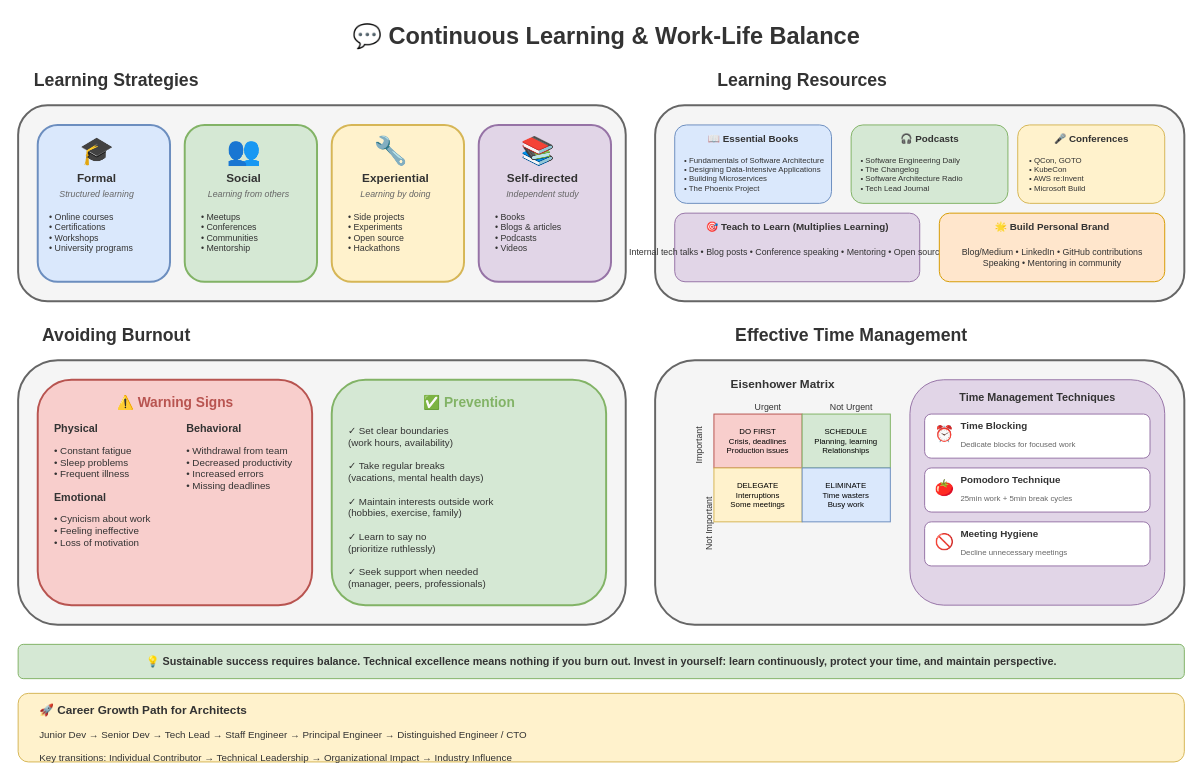
Above: lesson-10-soft-skills/diagrams/6.1-career-growth.drawio in MrParkerZ7/document-lesson-software-architect-x-claude (draw.io), before the change. Source tidied: cells renumbered, new cells numbered last; positions are measured from the earlier drawing's top-left corner, leaving out a move shared by most shapes. Both pictures are drawn from the tidied source at 98%, with x=0, y=0 at pixel (18, 17).
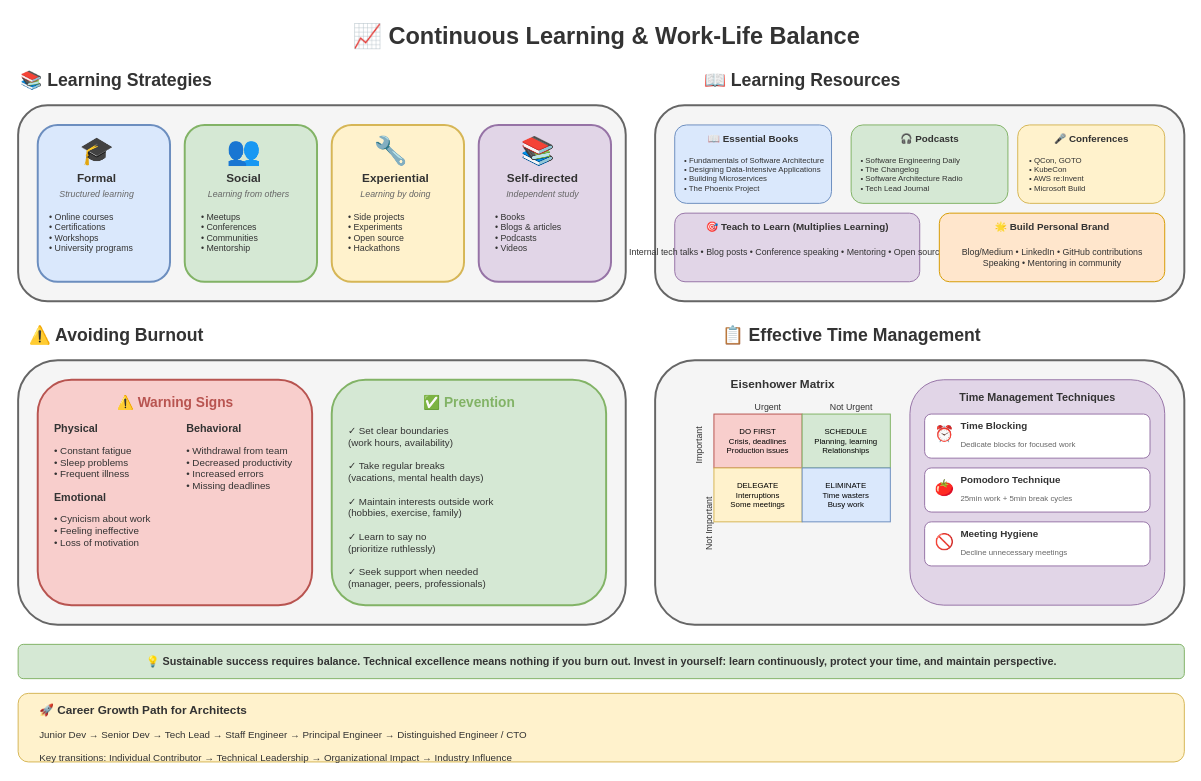
After the change.

What changed in the source:
```diff
@@
-    <mxCell id="2" value="💬 Continuous Learning &amp; Work-Life Balance" style="text;html=1;strokeColor=none;fillColor=none;align=center;verticalAlign=middle;fontSize=24;fontStyle=1;fontColor=#333333;" parent="1" vertex="1">
+    <mxCell id="2" value="📈 Continuous Learning &amp; Work-Life Balance" style="text;html=1;strokeColor=none;fillColor=none;align=center;verticalAlign=middle;fontSize=24;fontStyle=1;fontColor=#333333;" parent="1" vertex="1">
       <mxGeometry x="250" width="700" height="40" as="geometry" />
     </mxCell>
-    <mxCell id="3" value="Learning Strategies" style="text;html=1;strokeColor=none;fillColor=none;align=center;verticalAlign=middle;fontSize=18;fontStyle=1;fontColor=#333333;" parent="1" vertex="1">
+    <mxCell id="3" value="📚 Learning Strategies" style="text;html=1;strokeColor=none;fillColor=none;align=center;verticalAlign=middle;fontSize=18;fontStyle=1;fontColor=#333333;" parent="1" vertex="1">
       <mxGeometry y="50" width="200" height="30" as="geometry" />
     </mxCell>
@@
-    <mxCell id="25" value="Learning Resources" style="text;html=1;strokeColor=none;fillColor=none;align=center;verticalAlign=middle;fontSize=18;fontStyle=1;fontColor=#333333;" parent="1" vertex="1">
+    <mxCell id="25" value="📖 Learning Resources" style="text;html=1;strokeColor=none;fillColor=none;align=center;verticalAlign=middle;fontSize=18;fontStyle=1;fontColor=#333333;" parent="1" vertex="1">
       <mxGeometry x="700" y="50" width="200" height="30" as="geometry" />
     </mxCell>
@@
-    <mxCell id="42" value="Avoiding Burnout" style="text;html=1;strokeColor=none;fillColor=none;align=center;verticalAlign=middle;fontSize=18;fontStyle=1;fontColor=#333333;" parent="1" vertex="1">
+    <mxCell id="42" value="⚠️ Avoiding Burnout" style="text;html=1;strokeColor=none;fillColor=none;align=center;verticalAlign=middle;fontSize=18;fontStyle=1;fontColor=#333333;" parent="1" vertex="1">
       <mxGeometry y="310" width="200" height="30" as="geometry" />
     </mxCell>
@@
-    <mxCell id="55" value="Effective Time Management" style="text;html=1;strokeColor=none;fillColor=none;align=center;verticalAlign=middle;fontSize=18;fontStyle=1;fontColor=#333333;" parent="1" vertex="1">
+    <mxCell id="55" value="📋 Effective Time Management" style="text;html=1;strokeColor=none;fillColor=none;align=center;verticalAlign=middle;fontSize=18;fontStyle=1;fontColor=#333333;" parent="1" vertex="1">
       <mxGeometry x="700" y="310" width="300" height="30" as="geometry" />
     </mxCell>
```
